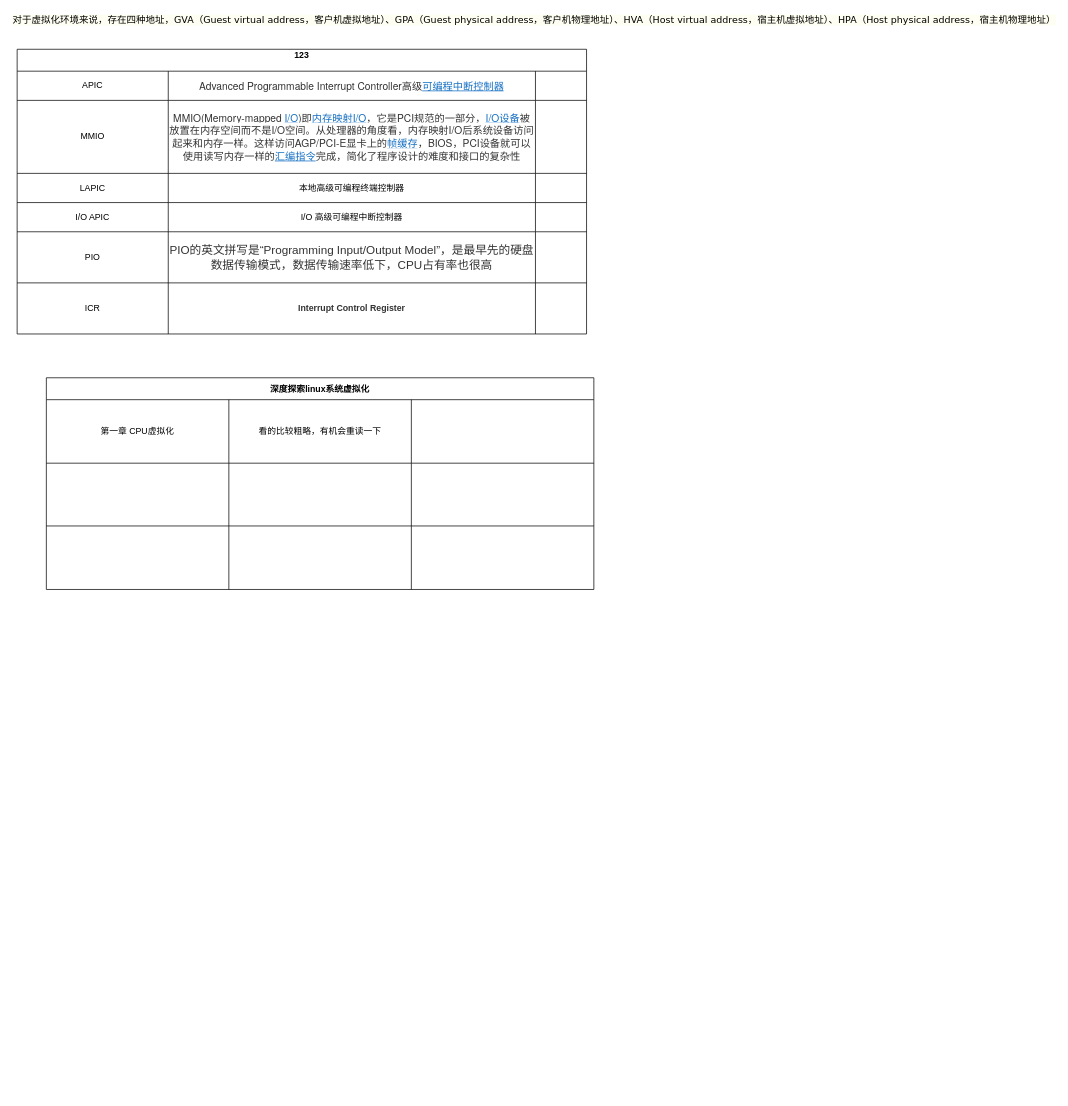
ganjue66da/ganjue66da keeps this draw.io diagram as page "虚拟化" (3 of 4) of note_fork.drawio. Above is the earlier version. Source tidied: cells renumbered, new cells numbered last; positions are measured from the earlier drawing's top-left corner, leaving out a move shared by most shapes. Both pictures are drawn from the tidied source at 73%, with x=0, y=0 at pixel (17, 12).
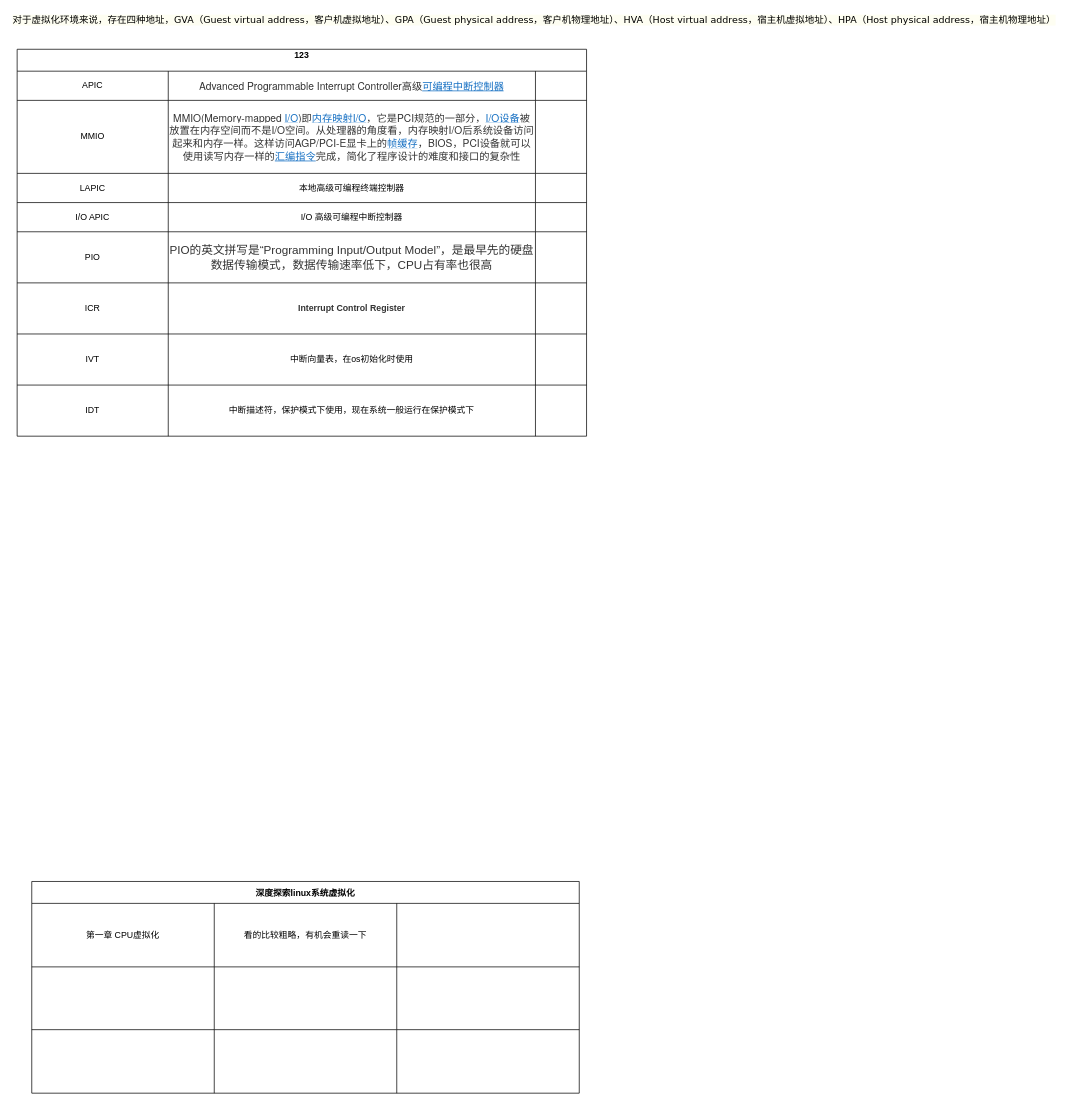
Above is the later version.

What changed in the source:
```diff
@@
     <mxCell id="2" value="123&#10;" style="shape=table;startSize=30;childLayout=tableLayout;fontStyle=1;align=center;" parent="1" vertex="1">
-      <mxGeometry y="50" width="780" height="390" as="geometry" />
+      <mxGeometry y="50" width="780" height="530" as="geometry" />
     </mxCell>
@@
+    <mxCell id="41" style="shape=partialRectangle;html=1;whiteSpace=wrap;fillColor=none;top=0;left=0;bottom=0;right=0;" parent="2" vertex="1">
+      <mxGeometry y="390" width="780" height="70" as="geometry" />
+    </mxCell>
+    <mxCell id="42" value="IVT" style="shape=partialRectangle;html=1;whiteSpace=wrap;fillColor=none;top=0;left=0;bottom=0;right=0;overflow=hidden;" parent="41" vertex="1">
+      <mxGeometry width="207" height="70" as="geometry" />
+    </mxCell>
+    <mxCell id="43" value="中断向量表，在os初始化时使用" style="shape=partialRectangle;html=1;whiteSpace=wrap;fillColor=none;top=0;left=0;bottom=0;right=0;overflow=hidden;" parent="41" vertex="1">
+      <mxGeometry x="207" width="503" height="70" as="geometry" />
+    </mxCell>
+    <mxCell id="44" style="shape=partialRectangle;html=1;whiteSpace=wrap;fillColor=none;top=0;left=0;bottom=0;right=0;overflow=hidden;" parent="41" vertex="1">
+      <mxGeometry x="710" width="70" height="70" as="geometry" />
+    </mxCell>
+    <mxCell id="45" style="shape=partialRectangle;html=1;whiteSpace=wrap;fillColor=none;top=0;left=0;bottom=0;right=0;" parent="2" vertex="1">
+      <mxGeometry y="460" width="780" height="70" as="geometry" />
+    </mxCell>
+    <mxCell id="46" value="IDT" style="shape=partialRectangle;html=1;whiteSpace=wrap;fillColor=none;top=0;left=0;bottom=0;right=0;overflow=hidden;" parent="45" vertex="1">
+      <mxGeometry width="207" height="70" as="geometry" />
+    </mxCell>
+    <mxCell id="47" value="中断描述符，保护模式下使用，现在系统一般运行在保护模式下" style="shape=partialRectangle;html=1;whiteSpace=wrap;fillColor=none;top=0;left=0;bottom=0;right=0;overflow=hidden;" parent="45" vertex="1">
+      <mxGeometry x="207" width="503" height="70" as="geometry" />
+    </mxCell>
+    <mxCell id="48" style="shape=partialRectangle;html=1;whiteSpace=wrap;fillColor=none;top=0;left=0;bottom=0;right=0;overflow=hidden;" parent="45" vertex="1">
+      <mxGeometry x="710" width="70" height="70" as="geometry" />
+    </mxCell>
@@
     <mxCell id="28" value="深度探索linux系统虚拟化" style="shape=table;startSize=30;childLayout=tableLayout;fontStyle=1;align=center;" parent="1" vertex="1">
-      <mxGeometry x="40" y="500" width="750" height="290" as="geometry" />
+      <mxGeometry x="20" y="1190" width="750" height="290" as="geometry" />
     </mxCell>
```
